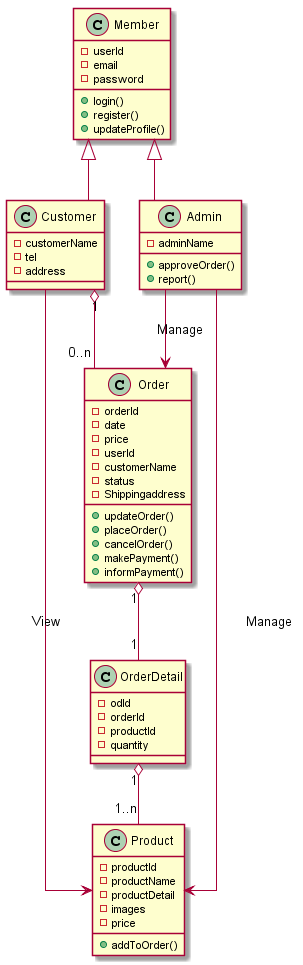
Above: classDiagram.png in OOAD-037/FinalAssignment (PlantUML), before the change.
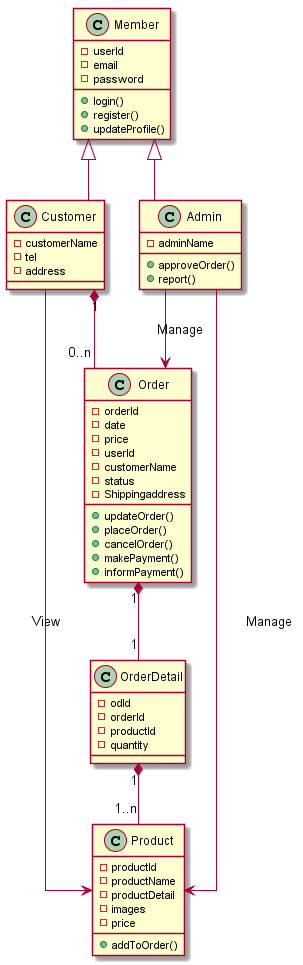
After the change.

Diff of the diagram source:
```diff
@@ -55,9 +55,9 @@
 
 Member<|--Customer
 Member<|--Admin
-Customer"1" o-- "0..n"Order
-Order"1" o-- "1"OrderDetail
-OrderDetail"1" o-- "1..n"Product
+Customer"1" *-- "0..n"Order
+Order"1" *-- "1"OrderDetail
+OrderDetail"1" *-- "1..n"Product
 Customer --> Product : View
 Admin --> Product : Manage
 Admin --> Order : Manage
```
